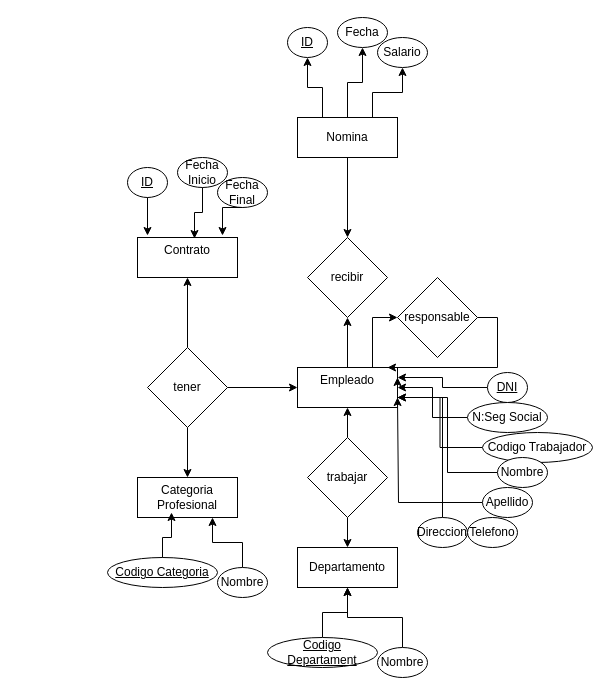
adriii28/amr-tsys-C3U12-11102023 keeps this draw.io diagram as ej7.drawio. Above is the earlier version. Source tidied: cells renumbered, new cells numbered last; positions are measured from the earlier drawing's top-left corner, leaving out a move shared by most shapes. Both pictures are drawn from the tidied source at 100%, with x=0, y=0 at pixel (107, 17).
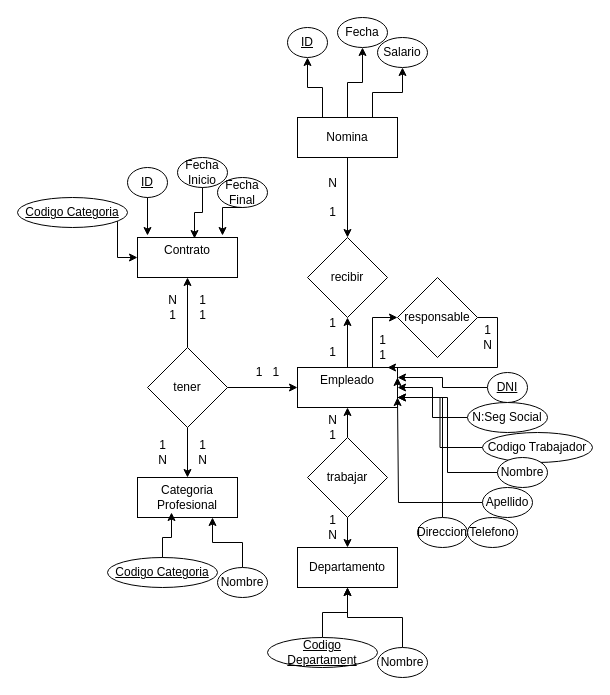
After the change.

Unchanged cells that the change refers to:
```xml
<mxCell id="6" value="&lt;div&gt;Contrato&lt;/div&gt;&lt;div&gt;&lt;br&gt;&lt;/div&gt;" style="rounded=0;whiteSpace=wrap;html=1;" parent="1" vertex="1">
  <mxGeometry x="30" y="220" width="100" height="40" as="geometry" />
</mxCell>
```

What changed in the source:
```diff
@@
+    <mxCell id="53" value="1&lt;br&gt;&lt;br&gt;1" style="text;html=1;align=center;verticalAlign=middle;strokeColor=none;fillColor=none;" parent="1" vertex="1">
+      <mxGeometry x="210" y="290" width="30" height="60" as="geometry" />
+    </mxCell>
+    <mxCell id="54" value="N&lt;br&gt;&lt;br&gt;1" style="text;html=1;align=center;verticalAlign=middle;strokeColor=none;fillColor=none;" parent="1" vertex="1">
+      <mxGeometry x="210" y="150" width="30" height="60" as="geometry" />
+    </mxCell>
+    <mxCell id="55" value="1&lt;br&gt;1" style="text;html=1;align=center;verticalAlign=middle;strokeColor=none;fillColor=none;" parent="1" vertex="1">
+      <mxGeometry x="260" y="310" width="30" height="40" as="geometry" />
+    </mxCell>
+    <mxCell id="56" value="1&lt;br&gt;N" style="text;html=1;align=center;verticalAlign=middle;strokeColor=none;fillColor=none;" parent="1" vertex="1">
+      <mxGeometry x="365" y="300" width="30" height="40" as="geometry" />
+    </mxCell>
+    <mxCell id="57" value="1&lt;br&gt;N" style="text;html=1;align=center;verticalAlign=middle;strokeColor=none;fillColor=none;" parent="1" vertex="1">
+      <mxGeometry x="210" y="490" width="30" height="40" as="geometry" />
+    </mxCell>
+    <mxCell id="58" value="N&lt;br&gt;1" style="text;html=1;align=center;verticalAlign=middle;strokeColor=none;fillColor=none;" parent="1" vertex="1">
+      <mxGeometry x="210" y="390" width="30" height="40" as="geometry" />
+    </mxCell>
+    <mxCell id="59" value="1&lt;br&gt;1" style="text;html=1;align=center;verticalAlign=middle;strokeColor=none;fillColor=none;" parent="1" vertex="1">
+      <mxGeometry x="80" y="270" width="30" height="40" as="geometry" />
+    </mxCell>
+    <mxCell id="60" value="1&amp;nbsp;&amp;nbsp; 1" style="text;html=1;align=center;verticalAlign=middle;strokeColor=none;fillColor=none;" parent="1" vertex="1">
+      <mxGeometry x="135" y="340" width="50" height="30" as="geometry" />
+    </mxCell>
+    <mxCell id="61" value="1&lt;br&gt;N" style="text;html=1;align=center;verticalAlign=middle;strokeColor=none;fillColor=none;" parent="1" vertex="1">
+      <mxGeometry x="80" y="415" width="30" height="40" as="geometry" />
+    </mxCell>
+    <mxCell id="62" value="N&lt;br&gt;1" style="text;html=1;align=center;verticalAlign=middle;strokeColor=none;fillColor=none;" parent="1" vertex="1">
+      <mxGeometry x="50" y="270" width="30" height="40" as="geometry" />
+    </mxCell>
+    <mxCell id="63" value="1&lt;br&gt;N" style="text;html=1;align=center;verticalAlign=middle;strokeColor=none;fillColor=none;" parent="1" vertex="1">
+      <mxGeometry x="40" y="415" width="30" height="40" as="geometry" />
+    </mxCell>
+    <mxCell id="64" style="edgeStyle=orthogonalEdgeStyle;rounded=0;jettySize=auto;html=1;entryX=0;entryY=0.5;entryDx=0;entryDy=0;" parent="1" edge="1" source="65" target="6">
+      <mxGeometry relative="1" as="geometry">
+        <Array as="points">
+          <mxPoint x="10" y="240" />
+        </Array>
+      </mxGeometry>
+    </mxCell>
+    <mxCell id="65" value="Codigo Categoria" style="ellipse;whiteSpace=wrap;html=1;fontStyle=4;" parent="1" vertex="1">
+      <mxGeometry x="-90" y="180" width="110" height="30" as="geometry" />
+    </mxCell>
```
